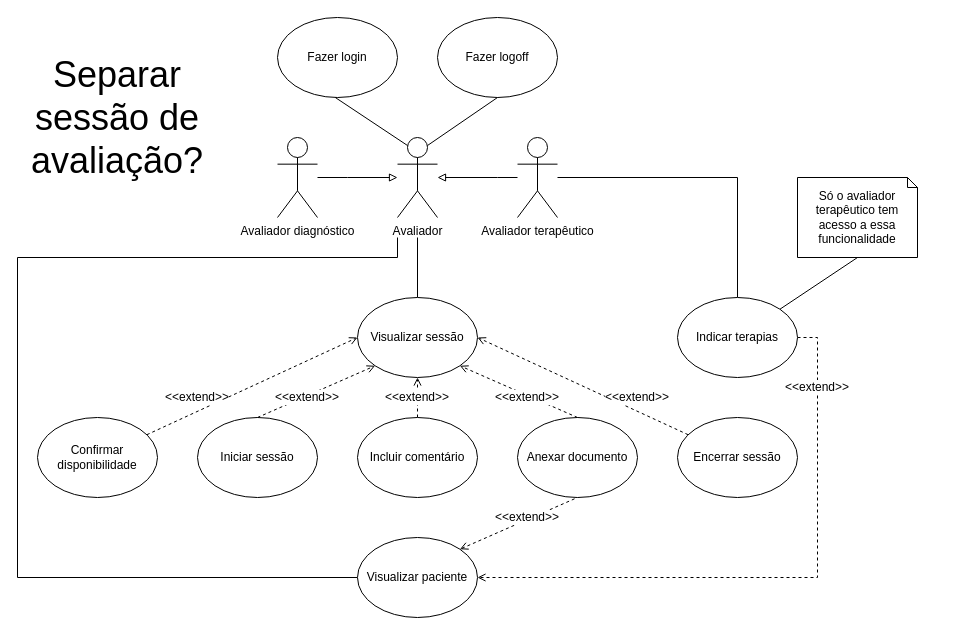
Earlier version of the draw.io diagram page "Página-2" (2 of 2) of docs/diagramas.drawio (therapies-love-kids/modulo-avaliacao). Source tidied: cells renumbered, new cells numbered last; positions are measured from the earlier drawing's top-left corner, leaving out a move shared by most shapes. Both pictures are drawn from the tidied source at 100%, with x=0, y=0 at pixel (17, 17).
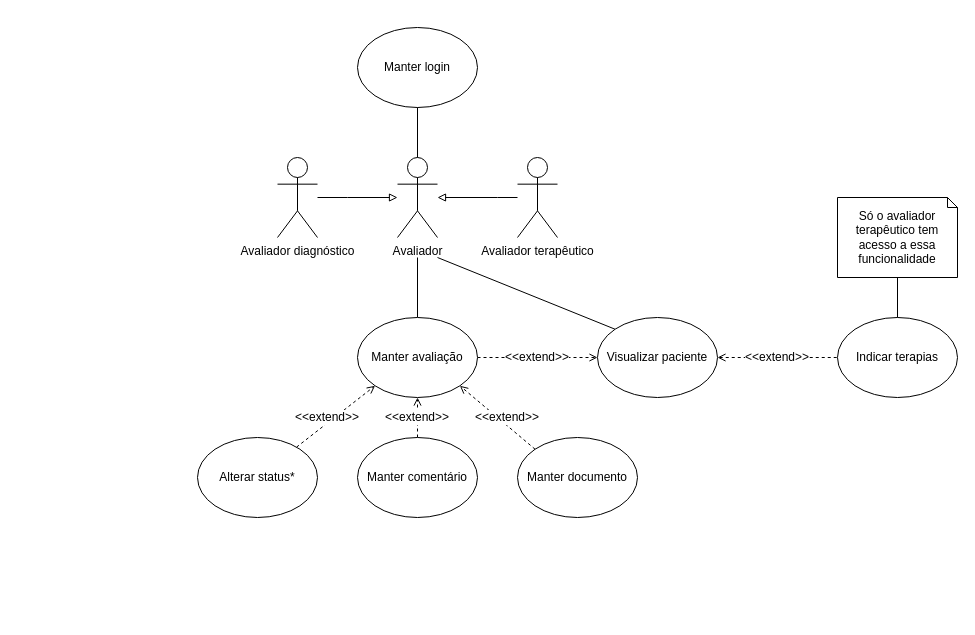
After the change.

Change to the diagram source:
```diff
@@
+    <mxCell id="39" style="rounded=0;jettySize=auto;html=1;entryX=0;entryY=0;entryDx=0;entryDy=0;endArrow=none;endFill=0;" parent="1" edge="1" target="21">
+      <mxGeometry relative="1" as="geometry">
+        <mxPoint x="420" y="240" as="sourcePoint" />
+      </mxGeometry>
+    </mxCell>
     <mxCell id="2" value="Avaliador" style="shape=umlActor;verticalLabelPosition=bottom;verticalAlign=top;html=1;outlineConnect=0;" parent="1" vertex="1">
-      <mxGeometry x="380" y="120" width="40" height="80" as="geometry" />
+      <mxGeometry x="380" y="140" width="40" height="80" as="geometry" />
     </mxCell>
     <mxCell id="3" value="Avaliador diagnóstico" style="shape=umlActor;verticalLabelPosition=bottom;verticalAlign=top;html=1;outlineConnect=0;" parent="1" vertex="1">
-      <mxGeometry x="260" y="120" width="40" height="80" as="geometry" />
+      <mxGeometry x="260" y="140" width="40" height="80" as="geometry" />
     </mxCell>
     <mxCell id="4" style="edgeStyle=orthogonalEdgeStyle;rounded=0;jettySize=auto;html=1;curved=0;endArrow=block;endFill=0;" parent="1" edge="1" source="6" target="2">
       <mxGeometry relative="1" as="geometry">
         <Array as="points">
-          <mxPoint x="480" y="160" />
-          <mxPoint x="480" y="160" />
+          <mxPoint x="480" y="180" />
+          <mxPoint x="480" y="180" />
         </Array>
       </mxGeometry>
     </mxCell>
-    <mxCell id="5" style="edgeStyle=orthogonalEdgeStyle;rounded=0;jettySize=auto;html=1;entryX=0.5;entryY=0;entryDx=0;entryDy=0;endArrow=none;endFill=0;" parent="1" edge="1" source="6" target="36">
-      <mxGeometry relative="1" as="geometry" />
-    </mxCell>
     <mxCell id="6" value="Avaliador terapêutico" style="shape=umlActor;verticalLabelPosition=bottom;verticalAlign=top;html=1;outlineConnect=0;" parent="1" vertex="1">
-      <mxGeometry x="500" y="120" width="40" height="80" as="geometry" />
+      <mxGeometry x="500" y="140" width="40" height="80" as="geometry" />
     </mxCell>
     <mxCell id="7" style="edgeStyle=orthogonalEdgeStyle;rounded=0;jettySize=auto;html=1;curved=0;endArrow=block;endFill=0;" parent="1" edge="1" source="3" target="2">
       <mxGeometry relative="1" as="geometry">
         <Array as="points">
-          <mxPoint x="330" y="160" />
-          <mxPoint x="330" y="160" />
+          <mxPoint x="330" y="180" />
+          <mxPoint x="330" y="180" />
         </Array>
       </mxGeometry>
     </mxCell>
     <mxCell id="8" style="edgeStyle=orthogonalEdgeStyle;rounded=0;jettySize=auto;html=1;endArrow=none;endFill=0;" parent="1" edge="1" source="9">
       <mxGeometry relative="1" as="geometry">
-        <mxPoint x="400" y="220" as="targetPoint" />
+        <mxPoint x="400" y="240" as="targetPoint" />
       </mxGeometry>
     </mxCell>
+    <mxCell id="40" style="edgeStyle=orthogonalEdgeStyle;rounded=0;jettySize=auto;html=1;entryX=0;entryY=0.5;entryDx=0;entryDy=0;dashed=1;endArrow=open;endFill=0;" parent="1" edge="1" source="9" target="21">
+      <mxGeometry relative="1" as="geometry" />
+    </mxCell>
-    <mxCell id="9" value="Visualizar sessão" style="ellipse;whiteSpace=wrap;html=1;" parent="1" vertex="1">
-      <mxGeometry x="340" y="280" width="120" height="80" as="geometry" />
+    <mxCell id="9" value="Manter avaliação" style="ellipse;whiteSpace=wrap;html=1;" parent="1" vertex="1">
+      <mxGeometry x="340" y="300" width="120" height="80" as="geometry" />
     </mxCell>
-    <mxCell id="10" style="rounded=0;jettySize=auto;html=1;entryX=0;entryY=0.5;entryDx=0;entryDy=0;endArrow=open;endFill=0;dashed=1;" parent="1" edge="1" source="11" target="9">
+    <mxCell id="10" style="rounded=0;jettySize=auto;html=1;entryX=0;entryY=1;entryDx=0;entryDy=0;endArrow=open;endFill=0;dashed=1;" parent="1" edge="1" source="11" target="9">
       <mxGeometry relative="1" as="geometry" />
     </mxCell>
-    <mxCell id="11" value="Confirmar disponibilidade" style="ellipse;whiteSpace=wrap;html=1;" parent="1" vertex="1">
-      <mxGeometry x="20" y="400" width="120" height="80" as="geometry" />
+    <mxCell id="11" value="Alterar status*" style="ellipse;whiteSpace=wrap;html=1;" parent="1" vertex="1">
+      <mxGeometry x="180" y="420" width="120" height="80" as="geometry" />
     </mxCell>
-    <mxCell id="12" value="Iniciar sessão" style="ellipse;whiteSpace=wrap;html=1;" parent="1" vertex="1">
-      <mxGeometry x="180" y="400" width="120" height="80" as="geometry" />
-    </mxCell>
-    <mxCell id="13" style="rounded=0;jettySize=auto;html=1;entryX=1;entryY=0.5;entryDx=0;entryDy=0;dashed=1;endArrow=open;endFill=0;" parent="1" edge="1" source="14" target="9">
-      <mxGeometry relative="1" as="geometry" />
-    </mxCell>
-    <mxCell id="14" value="Encerrar sessão" style="ellipse;whiteSpace=wrap;html=1;" parent="1" vertex="1">
-      <mxGeometry x="660" y="400" width="120" height="80" as="geometry" />
-    </mxCell>
-    <mxCell id="15" value="Fazer login" style="ellipse;whiteSpace=wrap;html=1;" parent="1" vertex="1">
-      <mxGeometry x="260" width="120" height="80" as="geometry" />
+    <mxCell id="15" value="Manter login" style="ellipse;whiteSpace=wrap;html=1;" parent="1" vertex="1">
+      <mxGeometry x="340" y="10" width="120" height="80" as="geometry" />
     </mxCell>
@@
-    <mxCell id="17" value="Incluir comentário" style="ellipse;whiteSpace=wrap;html=1;" parent="1" vertex="1">
-      <mxGeometry x="340" y="400" width="120" height="80" as="geometry" />
+    <mxCell id="17" value="Manter comentário" style="ellipse;whiteSpace=wrap;html=1;" parent="1" vertex="1">
+      <mxGeometry x="340" y="420" width="120" height="80" as="geometry" />
     </mxCell>
-    <mxCell id="18" value="Anexar documento" style="ellipse;whiteSpace=wrap;html=1;" parent="1" vertex="1">
-      <mxGeometry x="500" y="400" width="120" height="80" as="geometry" />
+    <mxCell id="18" value="Manter documento" style="ellipse;whiteSpace=wrap;html=1;" parent="1" vertex="1">
+      <mxGeometry x="500" y="420" width="120" height="80" as="geometry" />
     </mxCell>
-    <mxCell id="19" value="&lt;font style=&quot;font-size: 36px;&quot;&gt;Separar sessão de avaliação?&lt;/font&gt;" style="text;html=1;align=center;verticalAlign=middle;whiteSpace=wrap;rounded=0;" parent="1" vertex="1">
-      <mxGeometry width="200" height="200" as="geometry" />
-    </mxCell>
-    <mxCell id="20" style="edgeStyle=orthogonalEdgeStyle;rounded=0;jettySize=auto;html=1;endArrow=none;endFill=0;" parent="1" edge="1" source="21">
-      <mxGeometry relative="1" as="geometry">
-        <mxPoint x="380" y="220" as="targetPoint" />
-        <Array as="points">
-          <mxPoint y="560" />
-          <mxPoint y="240" />
-          <mxPoint x="380" y="240" />
-        </Array>
-      </mxGeometry>
-    </mxCell>
+    <mxCell id="41" style="edgeStyle=orthogonalEdgeStyle;rounded=0;jettySize=auto;html=1;endArrow=none;endFill=0;dashed=1;startArrow=open;startFill=0;" parent="1" edge="1" source="21" target="36">
+      <mxGeometry relative="1" as="geometry" />
+    </mxCell>
     <mxCell id="21" value="Visualizar paciente" style="ellipse;whiteSpace=wrap;html=1;" parent="1" vertex="1">
-      <mxGeometry x="340" y="520" width="120" height="80" as="geometry" />
+      <mxGeometry x="580" y="300" width="120" height="80" as="geometry" />
     </mxCell>
-    <mxCell id="22" value="Fazer logoff" style="ellipse;whiteSpace=wrap;html=1;" parent="1" vertex="1">
-      <mxGeometry x="420" width="120" height="80" as="geometry" />
-    </mxCell>
-    <mxCell id="23" style="rounded=0;jettySize=auto;html=1;exitX=0.545;exitY=1.018;exitDx=0;exitDy=0;entryX=0.25;entryY=0.1;entryDx=0;entryDy=0;entryPerimeter=0;strokeColor=default;flowAnimation=0;endArrow=none;endFill=0;exitPerimeter=0;" parent="1" edge="1" target="2">
-      <mxGeometry relative="1" as="geometry">
-        <mxPoint x="317.8" y="80" as="sourcePoint" />
-      </mxGeometry>
+    <mxCell id="23" style="rounded=0;jettySize=auto;html=1;exitX=0.5;exitY=1;exitDx=0;exitDy=0;entryX=0.5;entryY=0;entryDx=0;entryDy=0;entryPerimeter=0;strokeColor=default;flowAnimation=0;endArrow=none;endFill=0;" parent="1" edge="1" source="15" target="2">
+      <mxGeometry relative="1" as="geometry" />
     </mxCell>
-    <mxCell id="24" style="rounded=0;jettySize=auto;html=1;exitX=0.5;exitY=1;exitDx=0;exitDy=0;entryX=0.75;entryY=0.1;entryDx=0;entryDy=0;entryPerimeter=0;strokeColor=default;flowAnimation=0;endArrow=none;endFill=0;" parent="1" edge="1" source="22" target="2">
-      <mxGeometry relative="1" as="geometry" />
-    </mxCell>
-    <mxCell id="25" style="rounded=0;jettySize=auto;html=1;entryX=0;entryY=1;entryDx=0;entryDy=0;endArrow=open;endFill=0;dashed=1;" parent="1" edge="1" target="9">
-      <mxGeometry relative="1" as="geometry">
-        <mxPoint x="240" y="400" as="sourcePoint" />
-      </mxGeometry>
-    </mxCell>
     <mxCell id="26" value="&amp;lt;&amp;lt;extend&amp;gt;&amp;gt;" style="text;html=1;align=center;verticalAlign=middle;whiteSpace=wrap;rounded=0;labelBackgroundColor=default;" parent="1" vertex="1">
-      <mxGeometry x="140" y="370" width="80" height="20" as="geometry" />
+      <mxGeometry x="270" y="390" width="80" height="20" as="geometry" />
     </mxCell>
-    <mxCell id="27" value="&amp;lt;&amp;lt;extend&amp;gt;&amp;gt;" style="text;html=1;align=center;verticalAlign=middle;whiteSpace=wrap;rounded=0;labelBackgroundColor=default;" parent="1" vertex="1">
-      <mxGeometry x="250" y="370" width="80" height="20" as="geometry" />
-    </mxCell>
     <mxCell id="28" value="&amp;lt;&amp;lt;extend&amp;gt;&amp;gt;" style="text;html=1;align=center;verticalAlign=middle;whiteSpace=wrap;rounded=0;labelBackgroundColor=default;" parent="1" vertex="1">
-      <mxGeometry x="360" y="370" width="80" height="20" as="geometry" />
+      <mxGeometry x="360" y="390" width="80" height="20" as="geometry" />
     </mxCell>
-    <mxCell id="29" style="rounded=0;jettySize=auto;html=1;endArrow=open;endFill=0;dashed=1;exitX=0.5;exitY=0;exitDx=0;exitDy=0;entryX=1;entryY=1;entryDx=0;entryDy=0;" parent="1" edge="1" source="18" target="9">
+    <mxCell id="29" style="rounded=0;jettySize=auto;html=1;endArrow=open;endFill=0;dashed=1;exitX=0;exitY=0;exitDx=0;exitDy=0;entryX=1;entryY=1;entryDx=0;entryDy=0;" parent="1" edge="1" source="18" target="9">
       <mxGeometry relative="1" as="geometry" />
     </mxCell>
     <mxCell id="30" value="&amp;lt;&amp;lt;extend&amp;gt;&amp;gt;" style="text;html=1;align=center;verticalAlign=middle;whiteSpace=wrap;rounded=0;labelBackgroundColor=default;flipH=1;" parent="1" vertex="1">
-      <mxGeometry x="470" y="370" width="80" height="20" as="geometry" />
+      <mxGeometry x="450" y="390" width="80" height="20" as="geometry" />
     </mxCell>
-    <mxCell id="31" style="rounded=0;jettySize=auto;html=1;entryX=0.5;entryY=1;entryDx=0;entryDy=0;endArrow=none;endFill=0;dashed=1;exitX=1;exitY=0;exitDx=0;exitDy=0;startArrow=open;startFill=0;" parent="1" edge="1" source="21" target="18">
-      <mxGeometry relative="1" as="geometry" />
-    </mxCell>
-    <mxCell id="32" value="&amp;lt;&amp;lt;extend&amp;gt;&amp;gt;" style="text;html=1;align=center;verticalAlign=middle;whiteSpace=wrap;rounded=0;labelBackgroundColor=default;" parent="1" vertex="1">
-      <mxGeometry x="470" y="490" width="80" height="20" as="geometry" />
-    </mxCell>
+    <mxCell id="36" value="Indicar terapias" style="ellipse;whiteSpace=wrap;html=1;" parent="1" vertex="1">
+      <mxGeometry x="820" y="300" width="120" height="80" as="geometry" />
+    </mxCell>
+    <mxCell id="42" style="edgeStyle=orthogonalEdgeStyle;rounded=0;jettySize=auto;html=1;endArrow=none;endFill=0;" parent="1" edge="1" source="38" target="36">
+      <mxGeometry relative="1" as="geometry" />
+    </mxCell>
+    <mxCell id="38" value="Só o avaliador terapêutico tem acesso a essa funcionalidade" style="shape=note;size=10;whiteSpace=wrap;html=1;" parent="1" vertex="1">
+      <mxGeometry x="820" y="180" width="120" height="80" as="geometry" />
+    </mxCell>
+    <mxCell id="43" value="&amp;lt;&amp;lt;extend&amp;gt;&amp;gt;" style="text;html=1;align=center;verticalAlign=middle;whiteSpace=wrap;rounded=0;labelBackgroundColor=default;" parent="1" vertex="1">
+      <mxGeometry x="480" y="330" width="80" height="20" as="geometry" />
+    </mxCell>
     <mxCell id="33" value="&amp;lt;&amp;lt;extend&amp;gt;&amp;gt;" style="text;html=1;align=center;verticalAlign=middle;whiteSpace=wrap;rounded=0;labelBackgroundColor=default;flipH=1;" parent="1" vertex="1">
-      <mxGeometry x="580" y="370" width="80" height="20" as="geometry" />
+      <mxGeometry x="720" y="330" width="80" height="20" as="geometry" />
     </mxCell>
-    <mxCell id="34" style="edgeStyle=orthogonalEdgeStyle;rounded=0;jettySize=auto;html=1;entryX=1;entryY=0.5;entryDx=0;entryDy=0;dashed=1;endArrow=open;endFill=0;" parent="1" edge="1" source="36" target="21">
-      <mxGeometry relative="1" as="geometry">
-        <Array as="points">
-          <mxPoint x="800" y="320" />
-          <mxPoint x="800" y="560" />
-        </Array>
-      </mxGeometry>
-    </mxCell>
-    <mxCell id="35" style="rounded=0;jettySize=auto;html=1;exitX=1;exitY=0;exitDx=0;exitDy=0;entryX=0.5;entryY=1;entryDx=0;entryDy=0;entryPerimeter=0;endArrow=none;endFill=0;" parent="1" edge="1" source="36" target="38">
-      <mxGeometry relative="1" as="geometry" />
-    </mxCell>
-    <mxCell id="36" value="Indicar terapias" style="ellipse;whiteSpace=wrap;html=1;" parent="1" vertex="1">
-      <mxGeometry x="660" y="280" width="120" height="80" as="geometry" />
-    </mxCell>
-    <mxCell id="37" value="&amp;lt;&amp;lt;extend&amp;gt;&amp;gt;" style="text;html=1;align=center;verticalAlign=middle;whiteSpace=wrap;rounded=0;labelBackgroundColor=default;" parent="1" vertex="1">
-      <mxGeometry x="760" y="360" width="80" height="20" as="geometry" />
-    </mxCell>
-    <mxCell id="38" value="Só o avaliador terapêutico tem acesso a essa funcionalidade" style="shape=note;size=10;whiteSpace=wrap;html=1;" parent="1" vertex="1">
-      <mxGeometry x="780" y="160" width="120" height="80" as="geometry" />
-    </mxCell>
```
